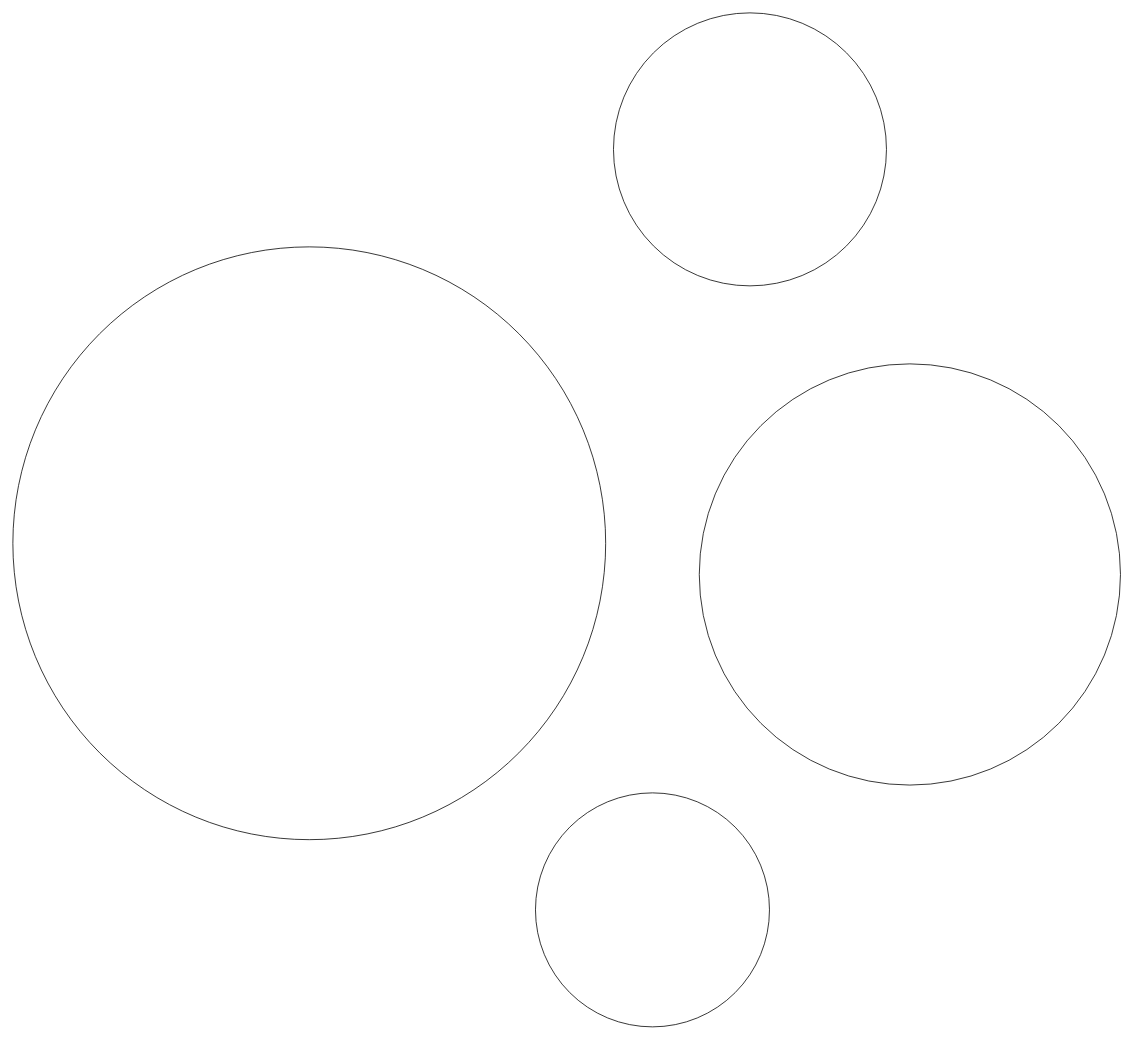
htired/git-demo keeps this draw.io diagram as motivation_myrec.drawio. Above is the earlier version. Source tidied: cells renumbered, new cells numbered last; positions are measured from the earlier drawing's top-left corner, leaving out a move shared by most shapes. Both pictures are drawn from the tidied source at 78%, with x=0, y=0 at pixel (12, 12). Pictures stored in the file or linked from it are replaced by grey dashed boxes.
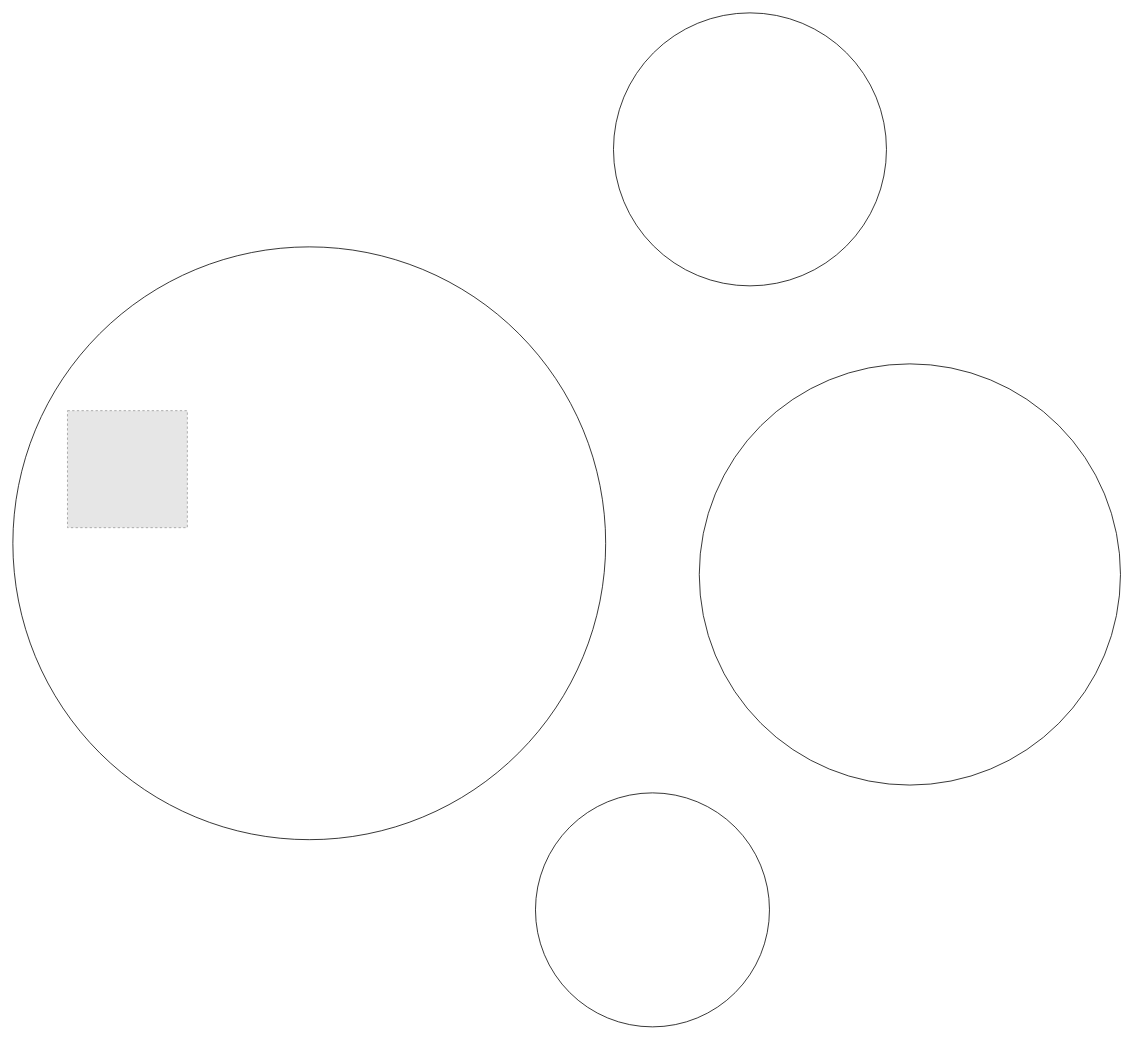
The same diagram, later.

What changed in the source:
```diff
@@
 <mxGraphModel>
   <root>
     <mxCell id="0" />
     <mxCell id="1" parent="0" />
     <mxCell id="2" style="ellipse;whiteSpace=wrap;html=1;" parent="1" vertex="1">
       <mxGeometry y="300" width="760" height="760" as="geometry" />
     </mxCell>
     <mxCell id="3" style="ellipse;whiteSpace=wrap;html=1;" parent="1" vertex="1">
       <mxGeometry x="770" width="350" height="350" as="geometry" />
     </mxCell>
     <mxCell id="4" style="ellipse;whiteSpace=wrap;html=1;" parent="1" vertex="1">
       <mxGeometry x="880" y="450" width="540" height="540" as="geometry" />
     </mxCell>
     <mxCell id="5" style="ellipse;whiteSpace=wrap;html=1;" parent="1" vertex="1">
       <mxGeometry x="670" y="1000" width="300" height="300" as="geometry" />
     </mxCell>
+    <mxCell id="6" style="fillColor=#E6E6E6;strokeColor=#999999;dashed=1;verticalLabelPosition=bottom;labelBackgroundColor=default;verticalAlign=top;" parent="1" vertex="1">
+      <mxGeometry x="70" y="510" width="153.7" height="150" as="geometry" />
+    </mxCell>
   </root>
 </mxGraphModel>
```
